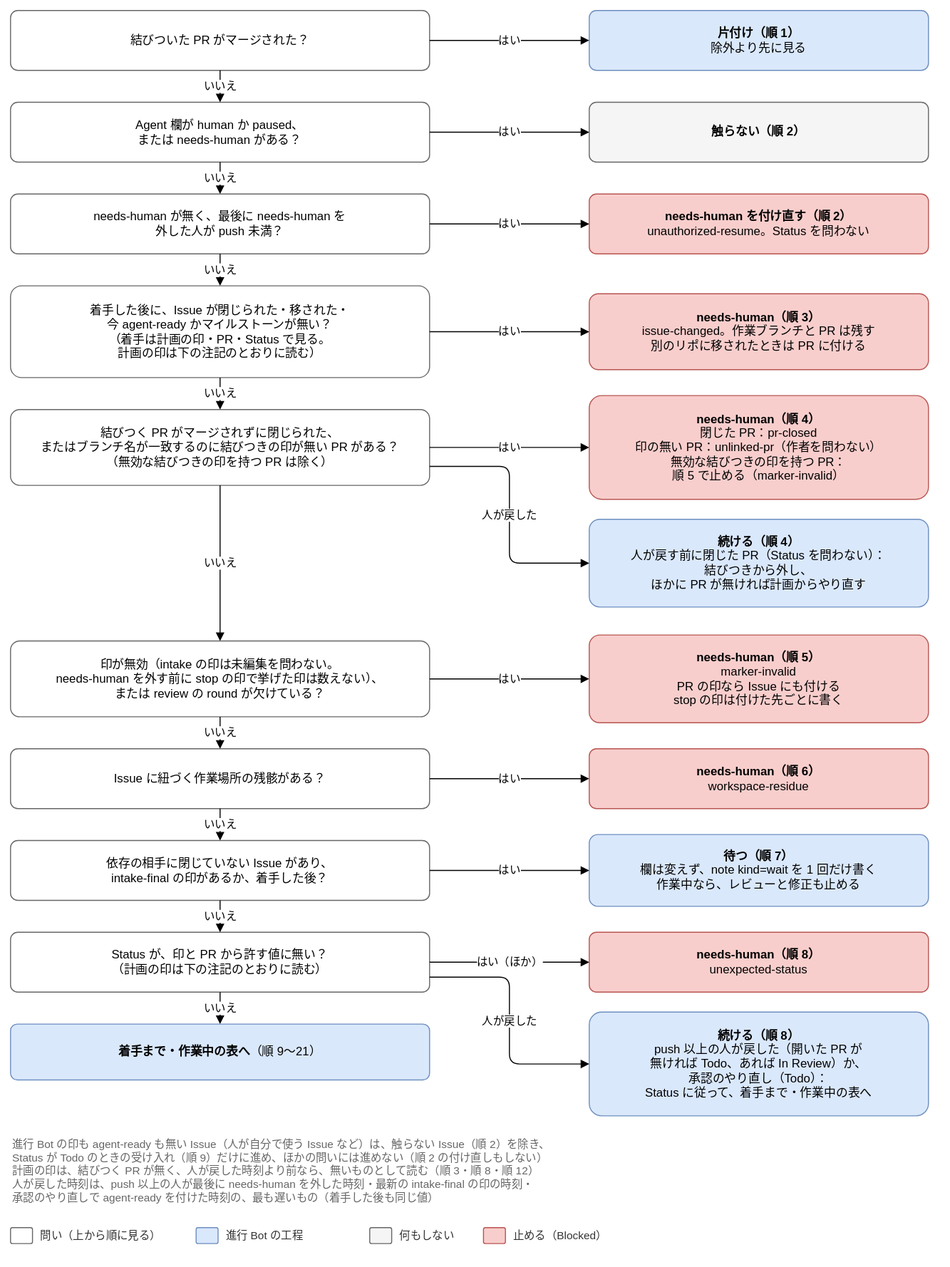
The draw.io diagram docs/design/basic/diagrams/02-next-step-stops.drawio.svg in Joymerrevent/dev-autopilot, before a commit. Source tidied: cells renumbered, new cells last; positions are measured from the earlier drawing's top-left corner, leaving out a move shared by most shapes.
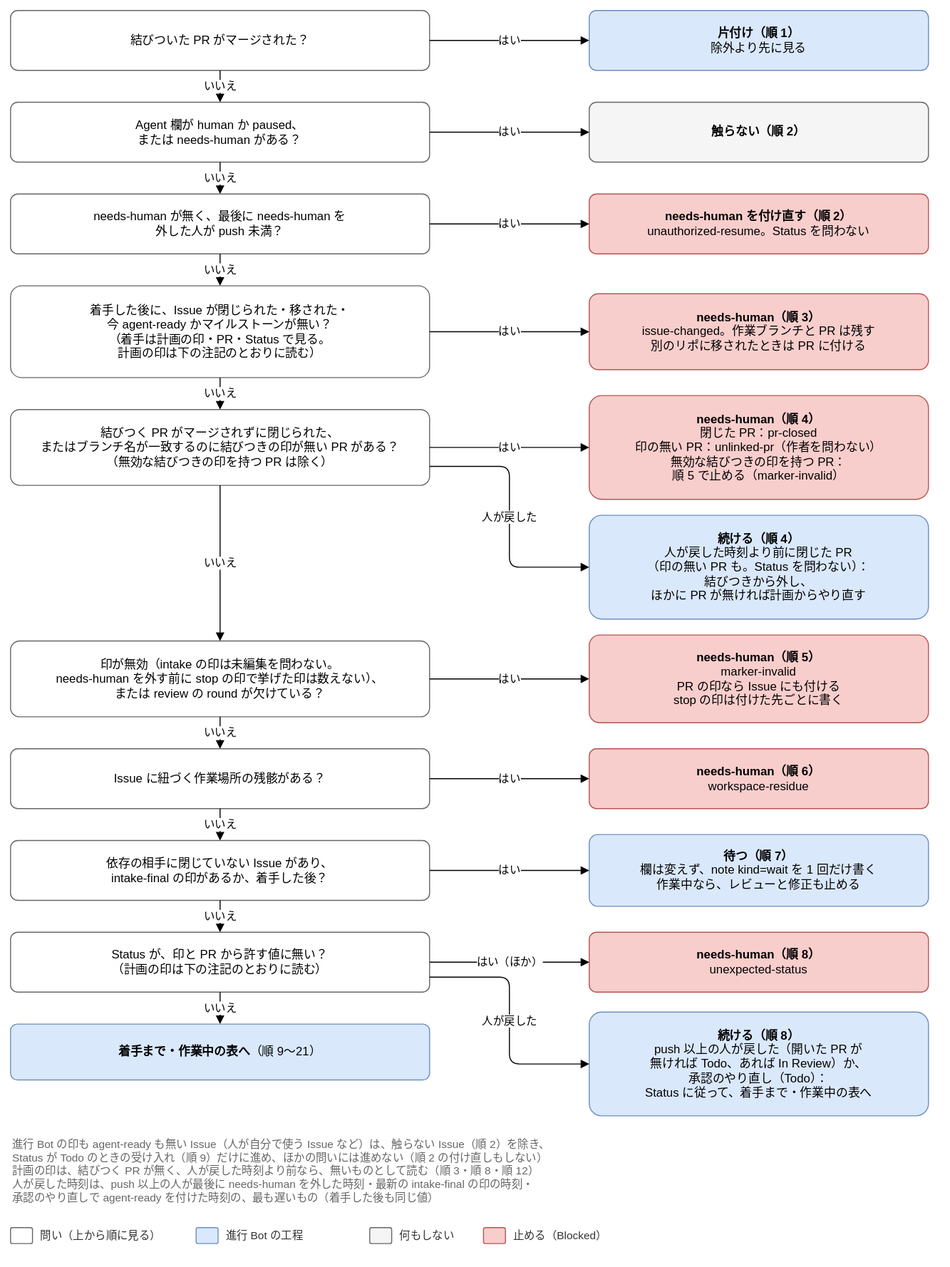
The same diagram one commit later.

Change to the diagram source:
```diff
@@ -143,8 +143,8 @@
     <mxCell id="48" value="はい" style="edgeStyle=orthogonalEdgeStyle;rounded=1;html=1;endArrow=block;endFill=1;fontSize=11;labelBackgroundColor=#ffffff;exitX=1;exitY=0.5;exitDx=0;exitDy=0;entryX=0;entryY=0.5;entryDx=0;entryDy=0;" parent="1" edge="1" source="45" target="46">
       <mxGeometry relative="1" as="geometry" />
     </mxCell>
-    <mxCell id="49" value="&lt;b&gt;続ける（順 4）&lt;/b&gt;&lt;br&gt;人が戻す前に閉じた PR（Status を問わない）：&lt;br&gt;結びつきから外し、&lt;br&gt;ほかに PR が無ければ計画からやり直す" style="rounded=1;whiteSpace=wrap;html=1;fontSize=12;arcSize=12;spacing=12;fillColor=#dae8fc;strokeColor=#6c8ebf;" parent="1" vertex="1">
-      <mxGeometry x="580" y="510" width="340" height="88" as="geometry" />
+    <mxCell id="49" value="&lt;b&gt;続ける（順 4）&lt;/b&gt;&lt;br&gt;人が戻した時刻より前に閉じた PR&lt;br&gt;（印の無い PR も。Status を問わない）：&lt;br&gt;結びつきから外し、&lt;br&gt;ほかに PR が無ければ計画からやり直す" style="rounded=1;whiteSpace=wrap;html=1;fontSize=12;arcSize=12;spacing=12;fillColor=#dae8fc;strokeColor=#6c8ebf;" parent="1" vertex="1">
+      <mxGeometry x="580" y="506" width="340" height="104" as="geometry" />
     </mxCell>
     <mxCell id="50" value="人が戻した" style="edgeStyle=orthogonalEdgeStyle;rounded=1;html=1;endArrow=block;endFill=1;fontSize=11;labelBackgroundColor=#ffffff;exitX=1;exitY=0.75;exitDx=0;exitDy=0;entryX=0;entryY=0.5;entryDx=0;entryDy=0;" parent="1" edge="1" source="13" target="49">
       <mxGeometry relative="1" as="geometry" />
```
